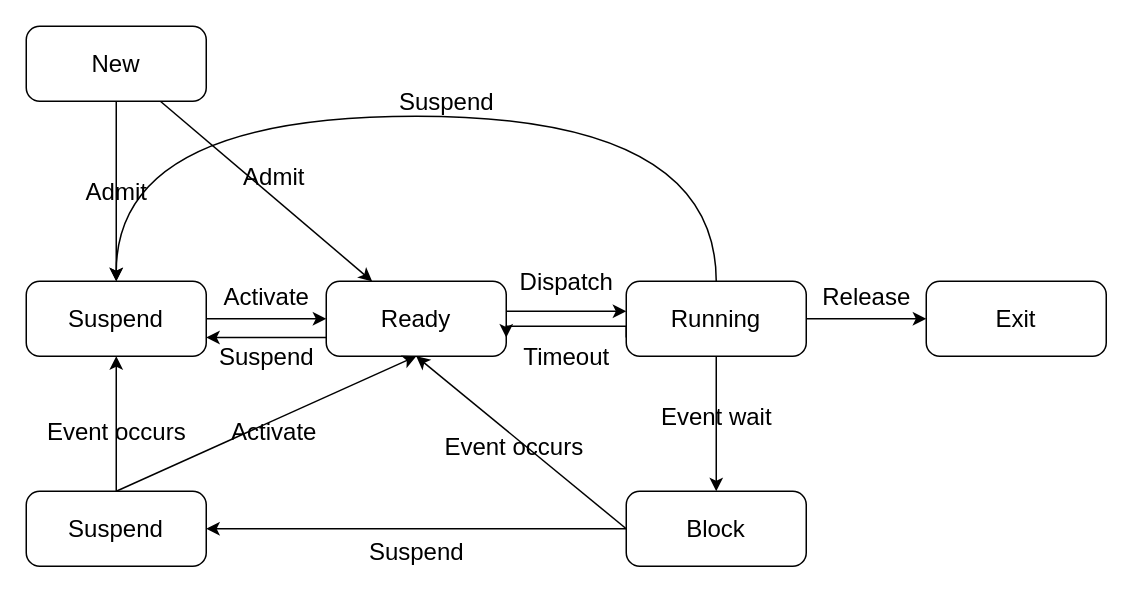
Before: assets/images/UESTC_OS_process_state7_graph.drawio in SublimeCT/note, a draw.io diagram. Source tidied: cells renumbered, new cells numbered last; positions are measured from the earlier drawing's top-left corner, leaving out a move shared by most shapes. Both pictures are drawn from the tidied source at 150%, with x=0, y=0 at pixel (26, 26).
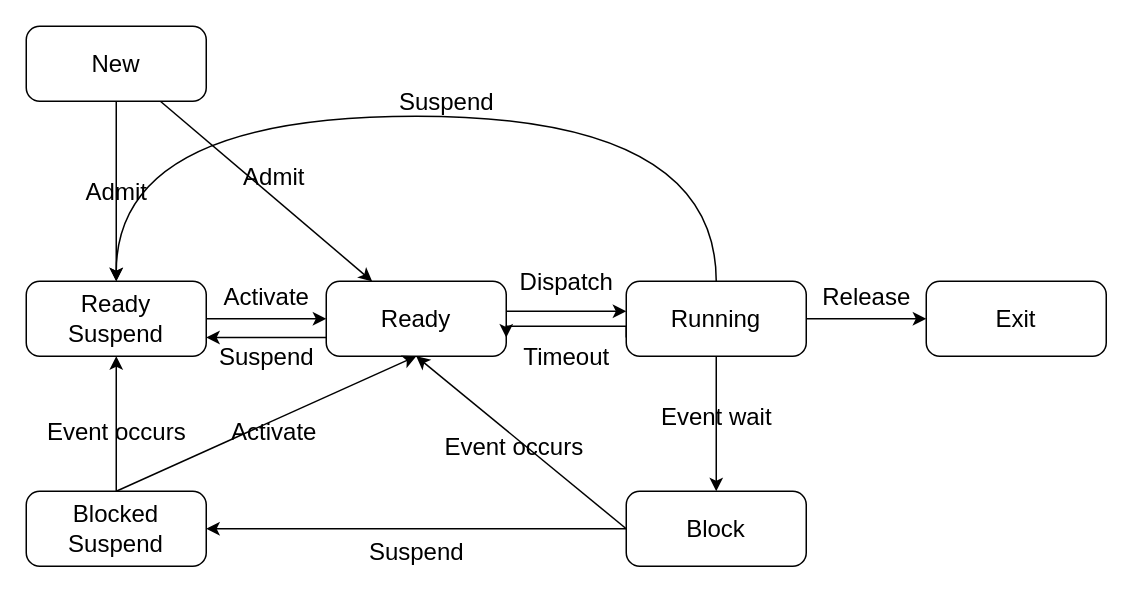
The same page after the edit.

Commit message (it also covers changes not shown here):
feat: update UESTC_OS and MySQL note

What changed in the source:
```diff
@@
-    <mxCell id="25" value="Suspend" style="rounded=1;whiteSpace=wrap;html=1;arcSize=18;fontSize=16;" parent="1" vertex="1">
+    <mxCell id="25" value="Blocked&lt;br&gt;Suspend" style="rounded=1;whiteSpace=wrap;html=1;arcSize=18;fontSize=16;" parent="1" vertex="1">
       <mxGeometry y="310" width="120" height="50" as="geometry" />
     </mxCell>
@@
-    <mxCell id="29" value="Suspend" style="rounded=1;whiteSpace=wrap;html=1;arcSize=18;fontSize=16;" parent="1" vertex="1">
+    <mxCell id="29" value="Ready&lt;br&gt;Suspend" style="rounded=1;whiteSpace=wrap;html=1;arcSize=18;fontSize=16;" parent="1" vertex="1">
       <mxGeometry y="170" width="120" height="50" as="geometry" />
     </mxCell>
```
